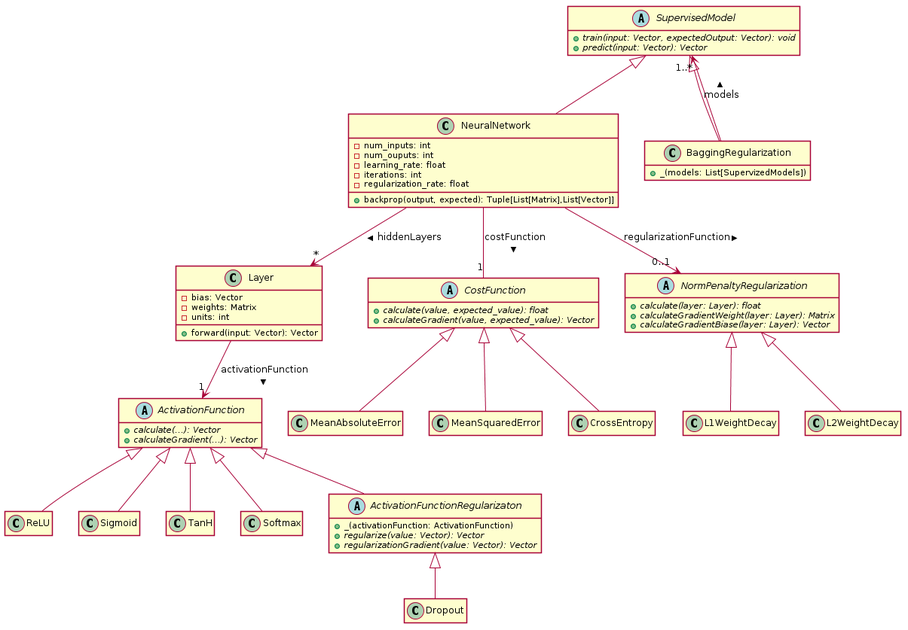
Above: model-diagram/model-diagram.png in DLOOF/Deep-Learning-Object-Oriented-Framework-Python (PlantUML), before the change.
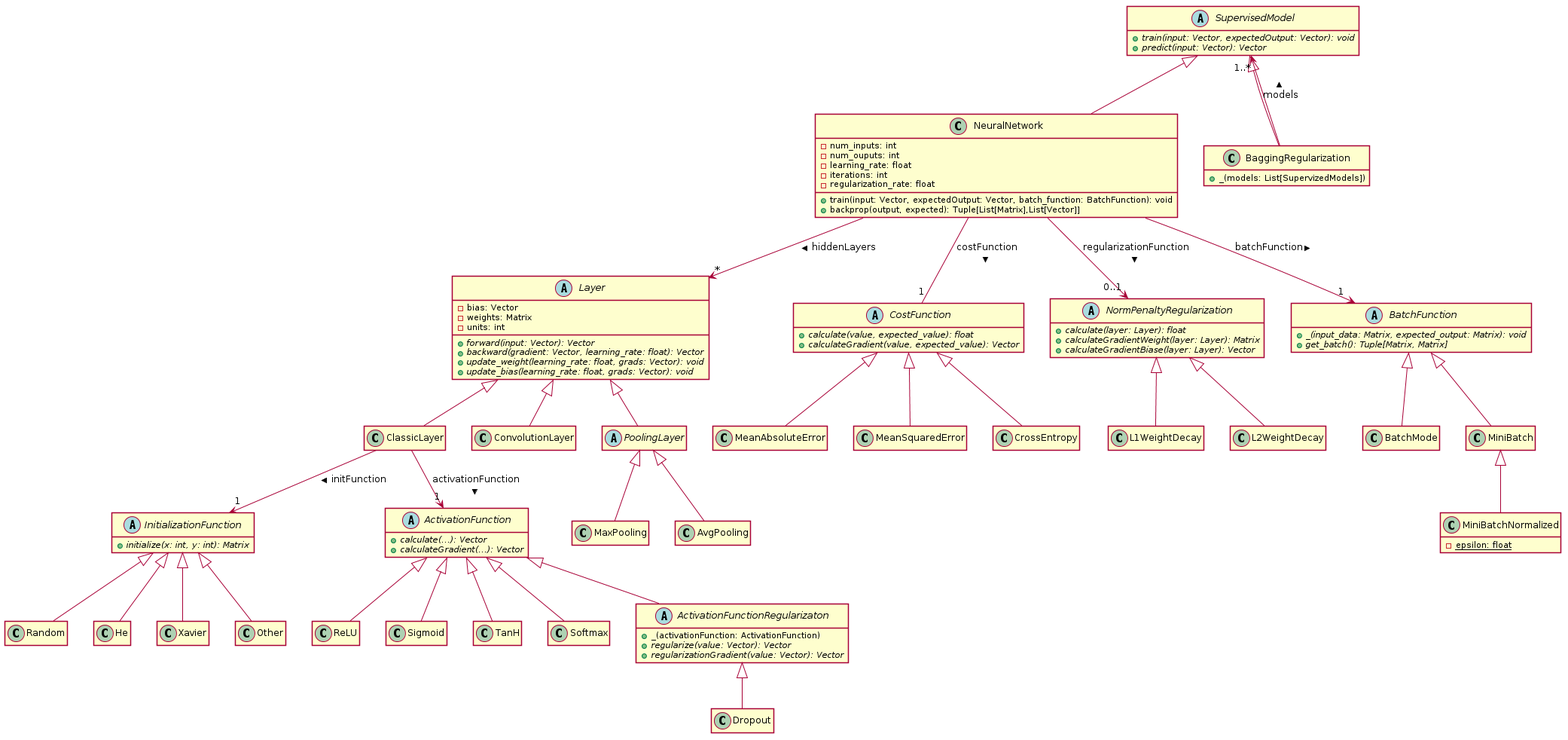
Later version of the same file.

Commit message:
Updates model diagram

What changed in the source:
```diff
@@ -15,18 +15,52 @@
       - iterations: int
       - regularization_rate: float
 
+      + train(input: Vector, expectedOutput: Vector, batch_function: BatchFunction): void
       + backprop(output, expected): Tuple[List[Matrix],List[Vector]]
 }
 
 SupervisedModel <|-- NeuralNetwork
 
-class Layer {
+abstract class Layer {
       - bias: Vector
       - weights: Matrix
       - units: int
 
-      + forward(input: Vector): Vector
+      {abstract} + forward(input: Vector): Vector
+      {abstract} + backward(gradient: Vector, learning_rate: float): Vector
+      {abstract} + update_weight(learning_rate: float, grads: Vector): void
+      {abstract} + update_bias(learning_rate: float, grads: Vector): void
 }
+
+class ClassicLayer
+class ConvolutionLayer
+abstract class PoolingLayer
+
+Layer <|-- ClassicLayer
+Layer <|-- ConvolutionLayer
+Layer <|-- PoolingLayer
+
+class MaxPooling
+class AvgPooling
+
+PoolingLayer <|-- MaxPooling
+PoolingLayer <|-- AvgPooling
+
+abstract class InitializationFunction {
+	 {abstract} + initialize(x: int, y: int): Matrix
+}
+
+ClassicLayer --> "1" InitializationFunction: initFunction >
+
+class Random
+class He
+class Xavier
+class Other
+
+InitializationFunction <|-- Random
+InitializationFunction <|-- He
+InitializationFunction <|-- Xavier
+InitializationFunction <|-- Other
 
 abstract class CostFunction {
       {abstract} + calculate(value, expected_value): float
@@ -41,8 +75,7 @@
 NeuralNetwork -- "1" CostFunction : costFunction >
 NeuralNetwork --> "*" Layer : hiddenLayers >
 
-Layer --> "1" ActivationFunction : activationFunction >
-
+ClassicLayer --> "1" ActivationFunction : activationFunction >
 
 
 CostFunction <|-- MeanAbsoluteError
@@ -87,4 +120,23 @@
 NormPenaltyRegularization <|-- L1WeightDecay
 NormPenaltyRegularization <|-- L2WeightDecay
 
+abstract class BatchFunction {
+	 {abstract} + _(input_data: Matrix, expected_output: Matrix): void
+	 {abstract} + get_batch(): Tuple[Matrix, Matrix]
+}
+
+class BatchMode
+
+class MiniBatch
+
+class MiniBatchNormalized {
+      {static} - epsilon: float
+}
+
+NeuralNetwork --> "1" BatchFunction: batchFunction >
+
+BatchFunction <|-- BatchMode
+BatchFunction <|-- MiniBatch
+MiniBatch <|-- MiniBatchNormalized
+
 @enduml
```
